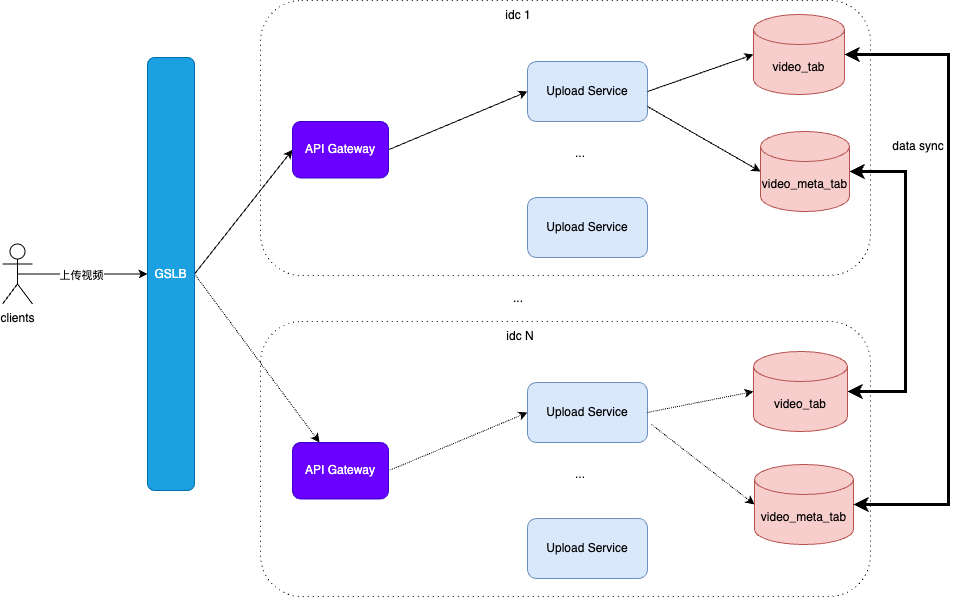
Before: pictures/short_video/upload.drawio.png, a diagram exported from draw.io (alikWu/system-design). Source tidied: cells renumbered, new cells last; positions are measured from the earlier drawing's top-left corner, leaving out a move shared by most shapes.
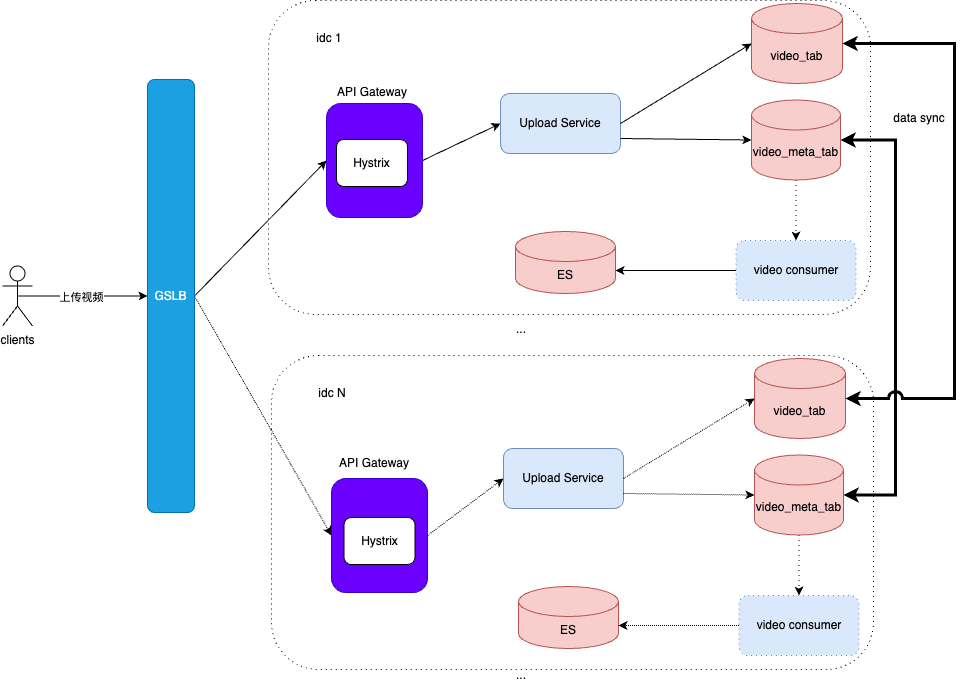
Later version of the same file.

Change to the diagram source:
```diff
@@ -2,28 +2,23 @@
   <root>
     <mxCell id="0" />
     <mxCell id="1" parent="0" />
-    <mxCell id="2" style="rounded=1;whiteSpace=wrap;html=1;dashed=1;dashPattern=1 4;" parent="1" vertex="1">
-      <mxGeometry x="258" y="321" width="610" height="275" as="geometry" />
-    </mxCell>
+    <mxCell id="34" style="rounded=1;whiteSpace=wrap;html=1;dashed=1;dashPattern=1 4;" parent="1" vertex="1">
+      <mxGeometry x="269" y="333" width="602" height="314" as="geometry" />
+    </mxCell>
     <mxCell id="3" style="rounded=1;whiteSpace=wrap;html=1;dashed=1;dashPattern=1 4;" parent="1" vertex="1">
-      <mxGeometry x="258" width="610" height="275" as="geometry" />
+      <mxGeometry x="266" y="-22" width="602" height="314" as="geometry" />
     </mxCell>
     <mxCell id="4" value="Upload Service" style="rounded=1;whiteSpace=wrap;html=1;fillColor=#dae8fc;strokeColor=#6c8ebf;" parent="1" vertex="1">
-      <mxGeometry x="525" y="61" width="120" height="60" as="geometry" />
+      <mxGeometry x="498" y="71" width="120" height="60" as="geometry" />
     </mxCell>
     <mxCell id="5" value="video_tab" style="shape=cylinder3;whiteSpace=wrap;html=1;boundedLbl=1;backgroundOutline=1;size=15;fillColor=#f8cecc;strokeColor=#b85450;" parent="1" vertex="1">
-      <mxGeometry x="751" y="14" width="91" height="80" as="geometry" />
+      <mxGeometry x="749" y="-19" width="91" height="80" as="geometry" />
     </mxCell>
-    <mxCell id="6" style="edgeStyle=orthogonalEdgeStyle;rounded=0;jettySize=auto;html=1;exitX=1;exitY=0.5;exitDx=0;exitDy=0;exitPerimeter=0;entryX=1;entryY=0.5;entryDx=0;entryDy=0;entryPerimeter=0;startArrow=classic;startFill=1;strokeWidth=3;" parent="1" edge="1" source="7" target="22">
-      <mxGeometry relative="1" as="geometry">
-        <Array as="points">
-          <mxPoint x="903" y="171" />
-          <mxPoint x="903" y="391" />
-        </Array>
-      </mxGeometry>
-    </mxCell>
+    <mxCell id="35" style="edgeStyle=orthogonalEdgeStyle;rounded=0;jettySize=auto;html=1;exitX=0.5;exitY=1;exitDx=0;exitDy=0;exitPerimeter=0;entryX=0.5;entryY=0;entryDx=0;entryDy=0;dashed=1;dashPattern=1 4;" parent="1" edge="1" source="7" target="37">
+      <mxGeometry relative="1" as="geometry" />
+    </mxCell>
     <mxCell id="7" value="video_meta_tab" style="shape=cylinder3;whiteSpace=wrap;html=1;boundedLbl=1;backgroundOutline=1;size=15;fillColor=#f8cecc;strokeColor=#b85450;" parent="1" vertex="1">
-      <mxGeometry x="758" y="131" width="89" height="80" as="geometry" />
+      <mxGeometry x="749" y="77.5" width="89" height="80" as="geometry" />
     </mxCell>
     <mxCell id="8" style="rounded=0;jettySize=auto;html=1;exitX=1;exitY=0.5;exitDx=0;exitDy=0;entryX=0;entryY=0.5;entryDx=0;entryDy=0;entryPerimeter=0;" parent="1" edge="1" source="4" target="5">
       <mxGeometry relative="1" as="geometry" />
@@ -45,7 +40,7 @@
     <mxCell id="13" style="rounded=0;jettySize=auto;html=1;exitX=1;exitY=0.5;exitDx=0;exitDy=0;entryX=0;entryY=0.5;entryDx=0;entryDy=0;" parent="1" edge="1" source="15" target="17">
       <mxGeometry relative="1" as="geometry" />
     </mxCell>
-    <mxCell id="14" style="rounded=0;jettySize=auto;html=1;exitX=1;exitY=0.5;exitDx=0;exitDy=0;dashed=1;dashPattern=1 1;" parent="1" edge="1" source="15" target="26">
+    <mxCell id="14" style="rounded=0;jettySize=auto;html=1;exitX=1;exitY=0.5;exitDx=0;exitDy=0;dashed=1;dashPattern=1 1;entryX=0;entryY=0.5;entryDx=0;entryDy=0;" parent="1" edge="1" source="15" target="44">
       <mxGeometry relative="1" as="geometry" />
     </mxCell>
     <mxCell id="15" value="GSLB" style="rounded=1;whiteSpace=wrap;html=1;fillColor=#1ba1e2;fontColor=#ffffff;strokeColor=#006EAF;" parent="1" vertex="1">
@@ -54,63 +49,93 @@
     <mxCell id="16" style="rounded=0;jettySize=auto;html=1;exitX=1;exitY=0.5;exitDx=0;exitDy=0;entryX=0;entryY=0.5;entryDx=0;entryDy=0;" parent="1" edge="1" source="17" target="4">
       <mxGeometry relative="1" as="geometry" />
     </mxCell>
-    <mxCell id="17" value="API Gateway" style="rounded=1;whiteSpace=wrap;html=1;fillColor=#6a00ff;fontColor=#ffffff;strokeColor=#3700CC;" parent="1" vertex="1">
-      <mxGeometry x="290" y="121" width="96" height="56.5" as="geometry" />
+    <mxCell id="17" style="rounded=1;whiteSpace=wrap;html=1;fillColor=#6a00ff;fontColor=#ffffff;strokeColor=#3700CC;" parent="1" vertex="1">
+      <mxGeometry x="324" y="81" width="96" height="114" as="geometry" />
     </mxCell>
-    <mxCell id="18" value="..." style="text;html=1;align=center;verticalAlign=middle;whiteSpace=wrap;rounded=0;" parent="1" vertex="1">
-      <mxGeometry x="548" y="138" width="60" height="30" as="geometry" />
-    </mxCell>
-    <mxCell id="19" value="Upload Service" style="rounded=1;whiteSpace=wrap;html=1;fillColor=#dae8fc;strokeColor=#6c8ebf;" parent="1" vertex="1">
-      <mxGeometry x="525" y="197" width="120" height="60" as="geometry" />
-    </mxCell>
-    <mxCell id="20" value="Upload Service" style="rounded=1;whiteSpace=wrap;html=1;fillColor=#dae8fc;strokeColor=#6c8ebf;" parent="1" vertex="1">
-      <mxGeometry x="525" y="382" width="120" height="60" as="geometry" />
-    </mxCell>
-    <mxCell id="21" value="video_meta_tab" style="shape=cylinder3;whiteSpace=wrap;html=1;boundedLbl=1;backgroundOutline=1;size=15;fillColor=#f8cecc;strokeColor=#b85450;" parent="1" vertex="1">
-      <mxGeometry x="752" y="464" width="99" height="80" as="geometry" />
-    </mxCell>
-    <mxCell id="22" value="video_tab" style="shape=cylinder3;whiteSpace=wrap;html=1;boundedLbl=1;backgroundOutline=1;size=15;fillColor=#f8cecc;strokeColor=#b85450;" parent="1" vertex="1">
-      <mxGeometry x="751" y="351" width="94" height="80" as="geometry" />
-    </mxCell>
-    <mxCell id="23" style="rounded=0;jettySize=auto;html=1;entryX=0;entryY=0.5;entryDx=0;entryDy=0;entryPerimeter=0;dashed=1;dashPattern=1 1;" parent="1" edge="1" target="21">
-      <mxGeometry relative="1" as="geometry">
-        <mxPoint x="649" y="424" as="sourcePoint" />
-      </mxGeometry>
-    </mxCell>
-    <mxCell id="24" style="rounded=0;jettySize=auto;html=1;exitX=1;exitY=0.5;exitDx=0;exitDy=0;entryX=0;entryY=0.5;entryDx=0;entryDy=0;entryPerimeter=0;dashed=1;dashPattern=1 1;" parent="1" edge="1" source="20" target="22">
-      <mxGeometry relative="1" as="geometry" />
-    </mxCell>
-    <mxCell id="25" style="rounded=0;jettySize=auto;html=1;exitX=1;exitY=0.5;exitDx=0;exitDy=0;entryX=0;entryY=0.5;entryDx=0;entryDy=0;dashed=1;dashPattern=1 1;" parent="1" edge="1" source="26" target="20">
-      <mxGeometry relative="1" as="geometry" />
-    </mxCell>
-    <mxCell id="26" value="API Gateway" style="rounded=1;whiteSpace=wrap;html=1;fillColor=#6a00ff;fontColor=#ffffff;strokeColor=#3700CC;" parent="1" vertex="1">
-      <mxGeometry x="290" y="442" width="96" height="56.5" as="geometry" />
-    </mxCell>
-    <mxCell id="27" value="..." style="text;html=1;align=center;verticalAlign=middle;whiteSpace=wrap;rounded=0;" parent="1" vertex="1">
-      <mxGeometry x="548" y="459" width="60" height="30" as="geometry" />
-    </mxCell>
-    <mxCell id="28" value="Upload Service" style="rounded=1;whiteSpace=wrap;html=1;fillColor=#dae8fc;strokeColor=#6c8ebf;" parent="1" vertex="1">
-      <mxGeometry x="525" y="518" width="120" height="60" as="geometry" />
-    </mxCell>
     <mxCell id="29" value="idc 1" style="text;html=1;align=center;verticalAlign=middle;whiteSpace=wrap;rounded=0;" parent="1" vertex="1">
-      <mxGeometry x="486" width="60" height="30" as="geometry" />
+      <mxGeometry x="297" y="1" width="60" height="30" as="geometry" />
     </mxCell>
     <mxCell id="30" value="..." style="text;html=1;align=center;verticalAlign=middle;whiteSpace=wrap;rounded=0;" parent="1" vertex="1">
-      <mxGeometry x="486" y="283" width="60" height="30" as="geometry" />
+      <mxGeometry x="489" y="292" width="60" height="30" as="geometry" />
     </mxCell>
+    <mxCell id="33" value="data sync" style="text;html=1;align=center;verticalAlign=middle;whiteSpace=wrap;rounded=0;" parent="1" vertex="1">
+      <mxGeometry x="887" y="81" width="60" height="30" as="geometry" />
+    </mxCell>
+    <mxCell id="36" value="ES" style="shape=cylinder3;whiteSpace=wrap;html=1;boundedLbl=1;backgroundOutline=1;size=15;fillColor=#f8cecc;strokeColor=#b85450;" parent="1" vertex="1">
+      <mxGeometry x="513" y="209" width="100" height="62" as="geometry" />
+    </mxCell>
+    <mxCell id="37" value="video consumer" style="rounded=1;whiteSpace=wrap;html=1;fillColor=#dae8fc;strokeColor=#6c8ebf;dashed=1;dashPattern=1 4;" parent="1" vertex="1">
+      <mxGeometry x="733.5" y="218" width="120" height="60" as="geometry" />
+    </mxCell>
+    <mxCell id="38" style="edgeStyle=orthogonalEdgeStyle;rounded=0;jettySize=auto;html=1;exitX=0;exitY=0.5;exitDx=0;exitDy=0;entryX=1;entryY=0;entryDx=0;entryDy=39;entryPerimeter=0;" parent="1" edge="1" source="37" target="36">
+      <mxGeometry relative="1" as="geometry" />
+    </mxCell>
+    <mxCell id="39" value="Upload Service" style="rounded=1;whiteSpace=wrap;html=1;fillColor=#dae8fc;strokeColor=#6c8ebf;" parent="1" vertex="1">
+      <mxGeometry x="501" y="426" width="120" height="60" as="geometry" />
+    </mxCell>
+    <mxCell id="22" value="video_tab" style="shape=cylinder3;whiteSpace=wrap;html=1;boundedLbl=1;backgroundOutline=1;size=15;fillColor=#f8cecc;strokeColor=#b85450;" parent="1" vertex="1">
+      <mxGeometry x="752" y="336" width="91" height="80" as="geometry" />
+    </mxCell>
+    <mxCell id="40" style="edgeStyle=orthogonalEdgeStyle;rounded=0;jettySize=auto;html=1;exitX=0.5;exitY=1;exitDx=0;exitDy=0;exitPerimeter=0;entryX=0.5;entryY=0;entryDx=0;entryDy=0;dashed=1;dashPattern=1 4;" parent="1" edge="1" source="21" target="47">
+      <mxGeometry relative="1" as="geometry" />
+    </mxCell>
+    <mxCell id="21" value="video_meta_tab" style="shape=cylinder3;whiteSpace=wrap;html=1;boundedLbl=1;backgroundOutline=1;size=15;fillColor=#f8cecc;strokeColor=#b85450;" parent="1" vertex="1">
+      <mxGeometry x="752" y="432.5" width="89" height="80" as="geometry" />
+    </mxCell>
+    <mxCell id="41" style="rounded=0;jettySize=auto;html=1;exitX=1;exitY=0.5;exitDx=0;exitDy=0;entryX=0;entryY=0.5;entryDx=0;entryDy=0;entryPerimeter=0;dashed=1;dashPattern=1 1;" parent="1" edge="1" source="39" target="22">
+      <mxGeometry relative="1" as="geometry" />
+    </mxCell>
+    <mxCell id="42" style="rounded=0;jettySize=auto;html=1;exitX=1;exitY=0.75;exitDx=0;exitDy=0;entryX=0;entryY=0.5;entryDx=0;entryDy=0;entryPerimeter=0;dashed=1;dashPattern=1 1;" parent="1" edge="1" source="39" target="21">
+      <mxGeometry relative="1" as="geometry" />
+    </mxCell>
+    <mxCell id="43" style="rounded=0;jettySize=auto;html=1;exitX=1;exitY=0.5;exitDx=0;exitDy=0;entryX=0;entryY=0.5;entryDx=0;entryDy=0;dashed=1;dashPattern=1 1;" parent="1" edge="1" source="44" target="39">
+      <mxGeometry relative="1" as="geometry" />
+    </mxCell>
+    <mxCell id="44" style="rounded=1;whiteSpace=wrap;html=1;fillColor=#6a00ff;fontColor=#ffffff;strokeColor=#3700CC;" parent="1" vertex="1">
+      <mxGeometry x="329" y="456" width="96" height="114" as="geometry" />
+    </mxCell>
     <mxCell id="31" value="idc N" style="text;html=1;align=center;verticalAlign=middle;whiteSpace=wrap;rounded=0;" parent="1" vertex="1">
-      <mxGeometry x="488" y="321" width="60" height="30" as="geometry" />
+      <mxGeometry x="300" y="356" width="60" height="30" as="geometry" />
     </mxCell>
-    <mxCell id="32" style="edgeStyle=orthogonalEdgeStyle;rounded=0;jettySize=auto;html=1;exitX=1;exitY=0.5;exitDx=0;exitDy=0;exitPerimeter=0;entryX=1;entryY=0.5;entryDx=0;entryDy=0;entryPerimeter=0;startArrow=classic;startFill=1;strokeWidth=3;" parent="1" edge="1" source="5" target="21">
-      <mxGeometry relative="1" as="geometry">
-        <Array as="points">
-          <mxPoint x="946" y="54" />
-          <mxPoint x="946" y="504" />
-        </Array>
-      </mxGeometry>
-    </mxCell>
-    <mxCell id="33" value="data sync" style="text;html=1;align=center;verticalAlign=middle;whiteSpace=wrap;rounded=0;" parent="1" vertex="1">
-      <mxGeometry x="886" y="131" width="60" height="30" as="geometry" />
-    </mxCell>
+    <mxCell id="45" value="..." style="text;html=1;align=center;verticalAlign=middle;whiteSpace=wrap;rounded=0;" parent="1" vertex="1">
+      <mxGeometry x="489" y="638" width="60" height="30" as="geometry" />
+    </mxCell>
+    <mxCell id="46" value="ES" style="shape=cylinder3;whiteSpace=wrap;html=1;boundedLbl=1;backgroundOutline=1;size=15;fillColor=#f8cecc;strokeColor=#b85450;" parent="1" vertex="1">
+      <mxGeometry x="516" y="564" width="100" height="62" as="geometry" />
+    </mxCell>
+    <mxCell id="47" value="video consumer" style="rounded=1;whiteSpace=wrap;html=1;fillColor=#dae8fc;strokeColor=#6c8ebf;dashed=1;dashPattern=1 4;" parent="1" vertex="1">
+      <mxGeometry x="736.5" y="573" width="120" height="60" as="geometry" />
+    </mxCell>
+    <mxCell id="48" style="edgeStyle=orthogonalEdgeStyle;rounded=0;jettySize=auto;html=1;exitX=0;exitY=0.5;exitDx=0;exitDy=0;entryX=1;entryY=0;entryDx=0;entryDy=39;entryPerimeter=0;dashed=1;dashPattern=1 1;" parent="1" edge="1" source="47" target="46">
+      <mxGeometry relative="1" as="geometry" />
+    </mxCell>
+    <mxCell id="49" style="edgeStyle=orthogonalEdgeStyle;rounded=0;jettySize=auto;html=1;exitX=1;exitY=0.5;exitDx=0;exitDy=0;exitPerimeter=0;entryX=1;entryY=0.5;entryDx=0;entryDy=0;entryPerimeter=0;strokeWidth=3;startArrow=classic;startFill=1;" parent="1" edge="1" source="7" target="21">
+      <mxGeometry relative="1" as="geometry">
+        <Array as="points">
+          <mxPoint x="893" y="118" />
+          <mxPoint x="893" y="473" />
+        </Array>
+      </mxGeometry>
+    </mxCell>
+    <mxCell id="50" style="edgeStyle=orthogonalEdgeStyle;rounded=0;jettySize=auto;html=1;exitX=1;exitY=0.5;exitDx=0;exitDy=0;exitPerimeter=0;entryX=1;entryY=0.5;entryDx=0;entryDy=0;entryPerimeter=0;jumpStyle=arc;jumpSize=10;startArrow=classic;startFill=1;strokeWidth=3;" parent="1" edge="1" source="5" target="22">
+      <mxGeometry relative="1" as="geometry">
+        <Array as="points">
+          <mxPoint x="952" y="21" />
+          <mxPoint x="952" y="376" />
+        </Array>
+      </mxGeometry>
+    </mxCell>
+    <mxCell id="51" value="Hystrix" style="rounded=1;whiteSpace=wrap;html=1;" parent="1" vertex="1">
+      <mxGeometry x="334" y="117" width="71" height="47" as="geometry" />
+    </mxCell>
+    <mxCell id="52" value="Hystrix" style="rounded=1;whiteSpace=wrap;html=1;" parent="1" vertex="1">
+      <mxGeometry x="341.5" y="495" width="71" height="47" as="geometry" />
+    </mxCell>
+    <mxCell id="53" value="API Gateway" style="text;html=1;align=center;verticalAlign=middle;whiteSpace=wrap;rounded=0;" parent="1" vertex="1">
+      <mxGeometry x="326" y="426" width="92" height="30" as="geometry" />
+    </mxCell>
+    <mxCell id="54" value="API Gateway" style="text;html=1;align=center;verticalAlign=middle;whiteSpace=wrap;rounded=0;" parent="1" vertex="1">
+      <mxGeometry x="323.5" y="55" width="92" height="30" as="geometry" />
+    </mxCell>
   </root>
 </mxGraphModel>
```
